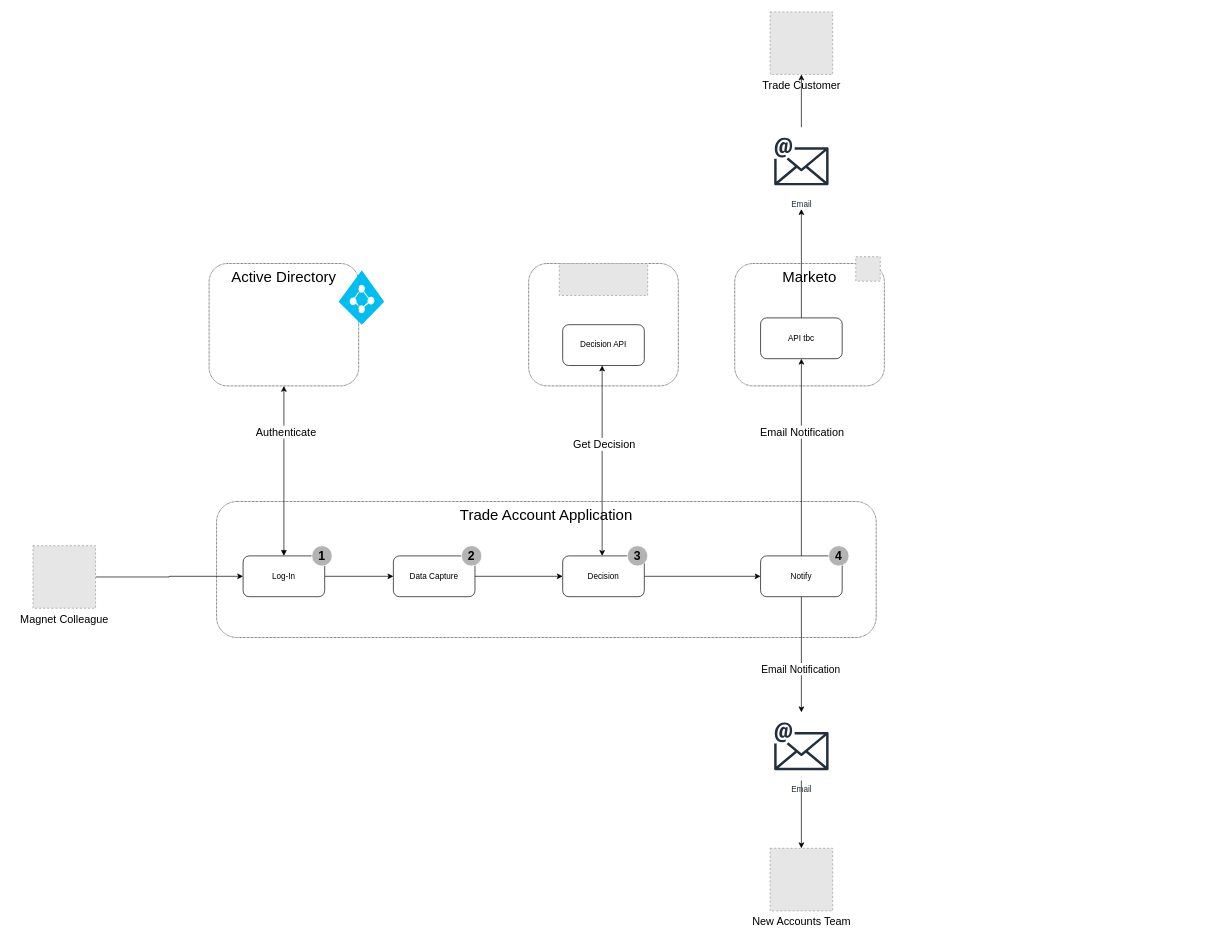
Before: page "Overview" (3 of 3) of Account Application.drawio in mrf742002/Diagrams, a draw.io diagram. Source tidied: cells renumbered, new cells numbered last; positions are measured from the earlier drawing's top-left corner, leaving out a move shared by most shapes. Both pictures are drawn from the tidied source at 68%, with x=0, y=0 at pixel (33, 12). Pictures stored in the file or linked from it are replaced by grey dashed boxes.
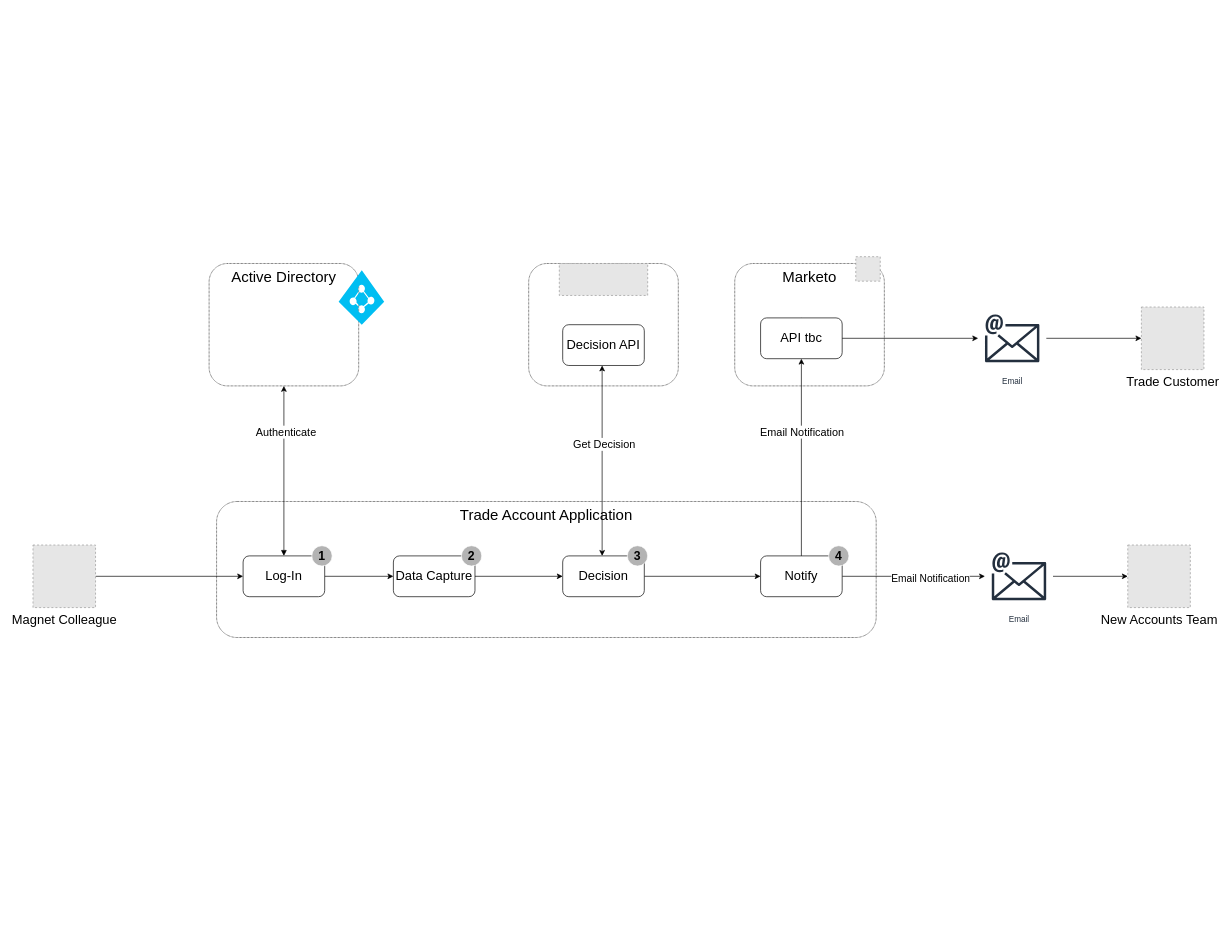
Above is the later version.

Diff of the diagram source:
```diff
@@
-    <mxCell id="6" value="&lt;font style=&quot;font-size: 16px&quot;&gt;Magnet Colleague&lt;/font&gt;" style="fillColor=#E6E6E6;strokeColor=#999999;dashed=1;html=1;verticalAlign=top;verticalLabelPosition=bottom;labelBackgroundColor=#ffffff;" parent="1" vertex="1">
-      <mxGeometry y="785" width="92" height="92" as="geometry" />
+    <mxCell id="6" value="&lt;font style=&quot;font-size: 19px;&quot;&gt;Magnet Colleague&lt;/font&gt;" style="fillColor=#E6E6E6;strokeColor=#999999;dashed=1;html=1;verticalAlign=top;verticalLabelPosition=bottom;labelBackgroundColor=#ffffff;fontSize=19;" parent="1" vertex="1">
+      <mxGeometry y="784" width="92" height="92" as="geometry" />
     </mxCell>
-    <mxCell id="7" value="&lt;font style=&quot;font-size: 16px&quot;&gt;New Accounts Team&lt;/font&gt;" style="fillColor=#E6E6E6;strokeColor=#999999;dashed=1;html=1;verticalAlign=top;verticalLabelPosition=bottom;labelBackgroundColor=#ffffff;" parent="1" vertex="1">
-      <mxGeometry x="1084" y="1230" width="92" height="92" as="geometry" />
+    <mxCell id="7" value="&lt;font style=&quot;font-size: 19px;&quot;&gt;New Accounts Team&lt;/font&gt;" style="fillColor=#E6E6E6;strokeColor=#999999;dashed=1;html=1;verticalAlign=top;verticalLabelPosition=bottom;labelBackgroundColor=#ffffff;fontSize=19;" parent="1" vertex="1">
+      <mxGeometry x="1610" y="784" width="92" height="92" as="geometry" />
     </mxCell>
-    <mxCell id="8" value="&lt;font style=&quot;font-size: 16px&quot;&gt;Trade Customer&lt;/font&gt;" style="fillColor=#E6E6E6;strokeColor=#999999;dashed=1;html=1;verticalAlign=top;verticalLabelPosition=bottom;labelBackgroundColor=#ffffff;" parent="1" vertex="1">
-      <mxGeometry x="1084" width="92" height="92" as="geometry" />
+    <mxCell id="8" value="&lt;font style=&quot;font-size: 19px;&quot;&gt;Trade Customer&lt;/font&gt;" style="fillColor=#E6E6E6;strokeColor=#999999;dashed=1;html=1;verticalAlign=top;verticalLabelPosition=bottom;labelBackgroundColor=#ffffff;fontSize=19;" parent="1" vertex="1">
+      <mxGeometry x="1630" y="434" width="92" height="92" as="geometry" />
     </mxCell>
@@
-    <mxCell id="13" value="Log-In" style="rounded=1;whiteSpace=wrap;html=1;" parent="1" vertex="1">
+    <mxCell id="13" value="Log-In" style="rounded=1;whiteSpace=wrap;html=1;fontSize=19;" parent="1" vertex="1">
       <mxGeometry x="309" y="800" width="120" height="60" as="geometry" />
     </mxCell>
@@
-    <mxCell id="15" value="Data Capture" style="rounded=1;whiteSpace=wrap;html=1;" parent="1" vertex="1">
+    <mxCell id="15" value="Data Capture" style="rounded=1;whiteSpace=wrap;html=1;fontSize=19;" parent="1" vertex="1">
       <mxGeometry x="530" y="800" width="120" height="60" as="geometry" />
     </mxCell>
@@
-    <mxCell id="19" value="Decision" style="rounded=1;whiteSpace=wrap;html=1;" parent="1" vertex="1">
+    <mxCell id="19" value="Decision" style="rounded=1;whiteSpace=wrap;html=1;fontSize=19;" parent="1" vertex="1">
       <mxGeometry x="779" y="800" width="120" height="60" as="geometry" />
     </mxCell>
@@
-    <mxCell id="23" value="Decision API" style="rounded=1;whiteSpace=wrap;html=1;" parent="1" vertex="1">
+    <mxCell id="23" value="Decision API" style="rounded=1;whiteSpace=wrap;html=1;fontSize=19;" parent="1" vertex="1">
       <mxGeometry x="779" y="460" width="120" height="60" as="geometry" />
     </mxCell>
@@
-    <mxCell id="26" value="Notify" style="rounded=1;whiteSpace=wrap;html=1;" parent="1" vertex="1">
+    <mxCell id="26" value="Notify" style="rounded=1;whiteSpace=wrap;html=1;fontSize=19;" parent="1" vertex="1">
       <mxGeometry x="1070" y="800" width="120" height="60" as="geometry" />
     </mxCell>
@@
-    <mxCell id="29" style="edgeStyle=orthogonalEdgeStyle;rounded=0;jettySize=auto;html=1;exitX=0.5;exitY=0;exitDx=0;exitDy=0;startArrow=none;startFill=0;" parent="1" edge="1" source="30">
+    <mxCell id="29" style="edgeStyle=orthogonalEdgeStyle;rounded=0;jettySize=auto;html=1;exitX=0.5;exitY=0;exitDx=0;exitDy=0;startArrow=none;startFill=0;" parent="1" edge="1" source="30" target="34">
       <mxGeometry relative="1" as="geometry">
-        <mxPoint x="1130" y="290" as="targetPoint" />
+        <Array as="points">
+          <mxPoint x="1130" y="480" />
+        </Array>
       </mxGeometry>
     </mxCell>
-    <mxCell id="30" value="API tbc" style="rounded=1;whiteSpace=wrap;html=1;" parent="1" vertex="1">
+    <mxCell id="30" value="API tbc" style="rounded=1;whiteSpace=wrap;html=1;fontSize=19;" parent="1" vertex="1">
       <mxGeometry x="1070" y="450" width="120" height="60" as="geometry" />
     </mxCell>
@@
     <mxCell id="32" value="Email" style="outlineConnect=0;fontColor=#232F3E;gradientColor=none;strokeColor=#232F3E;fillColor=#ffffff;dashed=0;verticalLabelPosition=bottom;verticalAlign=top;align=center;html=1;fontSize=12;fontStyle=0;shape=mxgraph.aws4.resourceIcon;resIcon=mxgraph.aws4.email;" parent="1" vertex="1">
-      <mxGeometry x="1080" y="1030" width="100" height="100" as="geometry" />
+      <mxGeometry x="1400" y="780" width="100" height="100" as="geometry" />
     </mxCell>
@@
     <mxCell id="34" value="Email" style="outlineConnect=0;fontColor=#232F3E;gradientColor=none;strokeColor=#232F3E;fillColor=#ffffff;dashed=0;verticalLabelPosition=bottom;verticalAlign=top;align=center;html=1;fontSize=12;fontStyle=0;shape=mxgraph.aws4.resourceIcon;resIcon=mxgraph.aws4.email;" parent="1" vertex="1">
-      <mxGeometry x="1080" y="170" width="100" height="100" as="geometry" />
+      <mxGeometry x="1390" y="430" width="100" height="100" as="geometry" />
     </mxCell>
```
